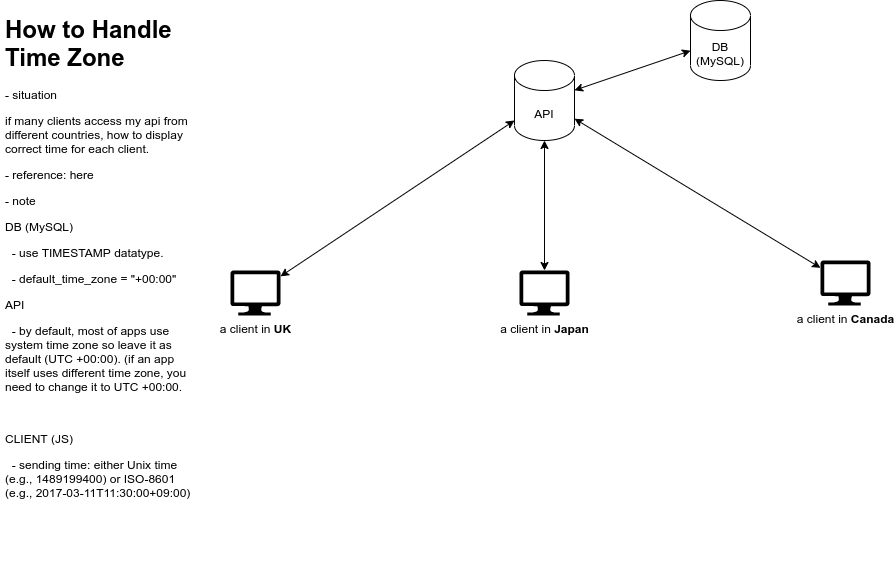
The draw.io diagram time-zone-overview.png in stsiwo/time-zone, before a commit. Source tidied: cells renumbered, new cells last; positions are measured from the earlier drawing's top-left corner, leaving out a move shared by most shapes. Its diagram source:
```xml
<mxGraphModel>
  <root>
    <mxCell id="0" />
    <mxCell id="1" parent="0" />
    <mxCell id="2" style="edgeStyle=none;rounded=0;jettySize=auto;html=1;startArrow=classic;startFill=1;" parent="1" edge="1" source="3" target="4">
      <mxGeometry relative="1" as="geometry" />
    </mxCell>
    <mxCell id="3" value="API" style="shape=cylinder3;whiteSpace=wrap;html=1;boundedLbl=1;backgroundOutline=1;size=15;" parent="1" vertex="1">
      <mxGeometry x="514" y="60" width="60" height="80" as="geometry" />
    </mxCell>
    <mxCell id="4" value="DB&lt;br&gt;(MySQL)" style="shape=cylinder3;whiteSpace=wrap;html=1;boundedLbl=1;backgroundOutline=1;size=15;" parent="1" vertex="1">
      <mxGeometry x="690" width="60" height="80" as="geometry" />
    </mxCell>
    <mxCell id="5" style="edgeStyle=none;rounded=0;jettySize=auto;html=1;startArrow=classic;startFill=1;" parent="1" edge="1" source="6" target="3">
      <mxGeometry relative="1" as="geometry" />
    </mxCell>
    <mxCell id="6" value="a client in &lt;b&gt;Japan&lt;/b&gt;" style="shadow=0;dashed=0;html=1;strokeColor=none;labelPosition=center;verticalLabelPosition=bottom;verticalAlign=top;align=center;shape=mxgraph.azure.computer;fillColor=#000000;" parent="1" vertex="1">
      <mxGeometry x="519" y="270" width="50" height="45" as="geometry" />
    </mxCell>
    <mxCell id="7" style="edgeStyle=none;rounded=0;jettySize=auto;html=1;startArrow=classic;startFill=1;" parent="1" edge="1" source="8" target="3">
      <mxGeometry relative="1" as="geometry" />
    </mxCell>
    <mxCell id="8" value="a client in &lt;b&gt;Canada&lt;/b&gt;" style="shadow=0;dashed=0;html=1;strokeColor=none;labelPosition=center;verticalLabelPosition=bottom;verticalAlign=top;align=center;shape=mxgraph.azure.computer;fillColor=#000000;" parent="1" vertex="1">
      <mxGeometry x="820" y="260" width="50" height="45" as="geometry" />
    </mxCell>
    <mxCell id="9" style="edgeStyle=none;rounded=0;jettySize=auto;html=1;startArrow=classic;startFill=1;" parent="1" edge="1" source="10" target="3">
      <mxGeometry relative="1" as="geometry" />
    </mxCell>
    <mxCell id="10" value="a client in &lt;b&gt;UK&lt;/b&gt;" style="shadow=0;dashed=0;html=1;strokeColor=none;labelPosition=center;verticalLabelPosition=bottom;verticalAlign=top;align=center;shape=mxgraph.azure.computer;fillColor=#000000;" parent="1" vertex="1">
      <mxGeometry x="230" y="270" width="50" height="45" as="geometry" />
    </mxCell>
    <mxCell id="11" value="&lt;h1&gt;How to Handle Time Zone&amp;nbsp;&lt;/h1&gt;&lt;p&gt;- situation&lt;/p&gt;&lt;p&gt;if many clients access my api from different countries, how to display correct time for each client.&lt;/p&gt;&lt;p&gt;- reference: &lt;a href=&quot;https://toastui.medium.com/handling-time-zone-in-javascript-547e67aa842d&quot;&gt;here&lt;/a&gt;&lt;/p&gt;&lt;p&gt;- note&lt;/p&gt;&lt;p&gt;DB (MySQL)&lt;/p&gt;&lt;p&gt;&amp;nbsp; - use TIMESTAMP datatype.&lt;/p&gt;&lt;p&gt;&amp;nbsp; - default_time_zone = &quot;+00:00&quot;&lt;/p&gt;&lt;p&gt;API&amp;nbsp;&lt;/p&gt;&lt;p&gt;&amp;nbsp; - by default, most of apps use system time zone so leave it as default (UTC +00:00). (if an app itself uses different time zone, you need to change it to UTC +00:00.&lt;/p&gt;&lt;p&gt;&lt;br&gt;&lt;/p&gt;&lt;p&gt;CLIENT (JS)&lt;/p&gt;&lt;p&gt;&amp;nbsp; - sending time: either Unix time (e.g.,&amp;nbsp;1489199400) or ISO-8601 (e.g.,&amp;nbsp;2017-03-11T11:30:00+09:00)&lt;/p&gt;&lt;p&gt;&amp;nbsp;&amp;nbsp;&lt;/p&gt;&lt;p&gt;&lt;br&gt;&lt;/p&gt;" style="text;html=1;strokeColor=none;fillColor=none;spacing=5;spacingTop=-20;whiteSpace=wrap;overflow=hidden;rounded=0;" parent="1" vertex="1">
      <mxGeometry y="10" width="200" height="570" as="geometry" />
    </mxCell>
  </root>
</mxGraphModel>
```
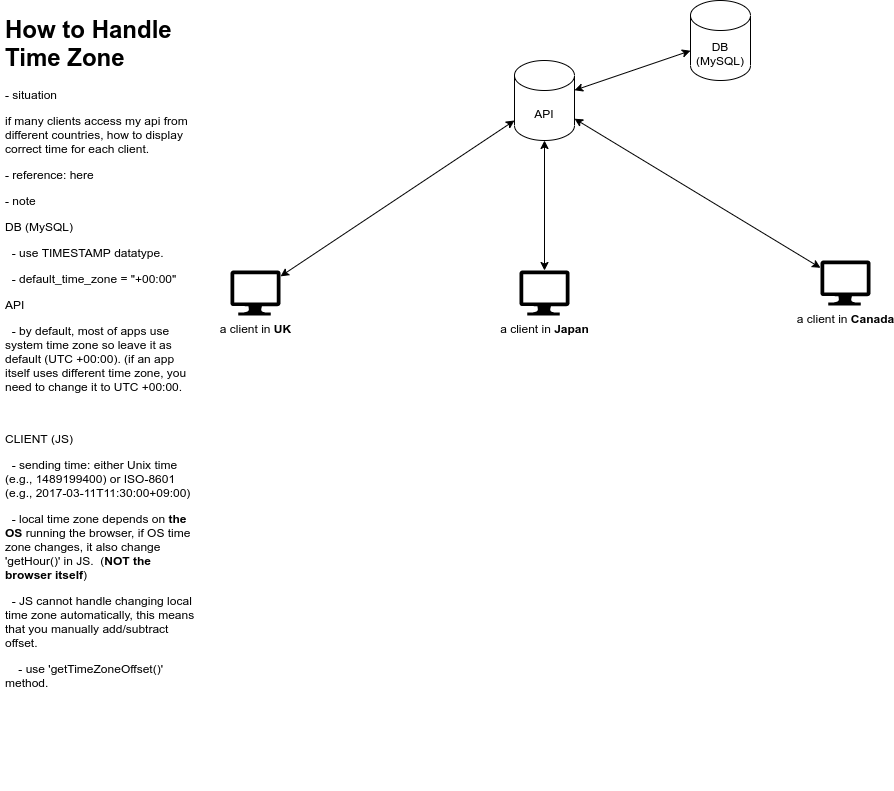
The same diagram one commit later.

Change to the diagram source:
```diff
@@ -29,8 +29,8 @@
     <mxCell id="10" value="a client in &lt;b&gt;UK&lt;/b&gt;" style="shadow=0;dashed=0;html=1;strokeColor=none;labelPosition=center;verticalLabelPosition=bottom;verticalAlign=top;align=center;shape=mxgraph.azure.computer;fillColor=#000000;" parent="1" vertex="1">
       <mxGeometry x="230" y="270" width="50" height="45" as="geometry" />
     </mxCell>
-    <mxCell id="11" value="&lt;h1&gt;How to Handle Time Zone&amp;nbsp;&lt;/h1&gt;&lt;p&gt;- situation&lt;/p&gt;&lt;p&gt;if many clients access my api from different countries, how to display correct time for each client.&lt;/p&gt;&lt;p&gt;- reference: &lt;a href=&quot;https://toastui.medium.com/handling-time-zone-in-javascript-547e67aa842d&quot;&gt;here&lt;/a&gt;&lt;/p&gt;&lt;p&gt;- note&lt;/p&gt;&lt;p&gt;DB (MySQL)&lt;/p&gt;&lt;p&gt;&amp;nbsp; - use TIMESTAMP datatype.&lt;/p&gt;&lt;p&gt;&amp;nbsp; - default_time_zone = &quot;+00:00&quot;&lt;/p&gt;&lt;p&gt;API&amp;nbsp;&lt;/p&gt;&lt;p&gt;&amp;nbsp; - by default, most of apps use system time zone so leave it as default (UTC +00:00). (if an app itself uses different time zone, you need to change it to UTC +00:00.&lt;/p&gt;&lt;p&gt;&lt;br&gt;&lt;/p&gt;&lt;p&gt;CLIENT (JS)&lt;/p&gt;&lt;p&gt;&amp;nbsp; - sending time: either Unix time (e.g.,&amp;nbsp;1489199400) or ISO-8601 (e.g.,&amp;nbsp;2017-03-11T11:30:00+09:00)&lt;/p&gt;&lt;p&gt;&amp;nbsp;&amp;nbsp;&lt;/p&gt;&lt;p&gt;&lt;br&gt;&lt;/p&gt;" style="text;html=1;strokeColor=none;fillColor=none;spacing=5;spacingTop=-20;whiteSpace=wrap;overflow=hidden;rounded=0;" parent="1" vertex="1">
-      <mxGeometry y="10" width="200" height="570" as="geometry" />
+    <mxCell id="11" value="&lt;h1&gt;How to Handle Time Zone&amp;nbsp;&lt;/h1&gt;&lt;p&gt;- situation&lt;/p&gt;&lt;p&gt;if many clients access my api from different countries, how to display correct time for each client.&lt;/p&gt;&lt;p&gt;- reference: &lt;a href=&quot;https://toastui.medium.com/handling-time-zone-in-javascript-547e67aa842d&quot;&gt;here&lt;/a&gt;&lt;/p&gt;&lt;p&gt;- note&lt;/p&gt;&lt;p&gt;DB (MySQL)&lt;/p&gt;&lt;p&gt;&amp;nbsp; - use TIMESTAMP datatype.&lt;/p&gt;&lt;p&gt;&amp;nbsp; - default_time_zone = &quot;+00:00&quot;&lt;/p&gt;&lt;p&gt;API&amp;nbsp;&lt;/p&gt;&lt;p&gt;&amp;nbsp; - by default, most of apps use system time zone so leave it as default (UTC +00:00). (if an app itself uses different time zone, you need to change it to UTC +00:00.&lt;/p&gt;&lt;p&gt;&lt;br&gt;&lt;/p&gt;&lt;p&gt;CLIENT (JS)&lt;/p&gt;&lt;p&gt;&amp;nbsp; - sending time: either Unix time (e.g.,&amp;nbsp;1489199400) or ISO-8601 (e.g.,&amp;nbsp;2017-03-11T11:30:00+09:00)&lt;/p&gt;&lt;p&gt;&amp;nbsp; - local time zone depends on &lt;b&gt;the OS&lt;/b&gt; running the browser, if OS time zone changes, it also change 'getHour()' in JS.&amp;nbsp; (&lt;b&gt;NOT the browser itself&lt;/b&gt;)&lt;/p&gt;&lt;p&gt;&amp;nbsp; - JS cannot handle changing local time zone automatically, this means that you manually add/subtract offset.&lt;/p&gt;&lt;p&gt;&amp;nbsp; &amp;nbsp; - use 'getTimeZoneOffset()' method.&amp;nbsp;&lt;/p&gt;" style="text;html=1;strokeColor=none;fillColor=none;spacing=5;spacingTop=-20;whiteSpace=wrap;overflow=hidden;rounded=0;" parent="1" vertex="1">
+      <mxGeometry y="10" width="200" height="780" as="geometry" />
     </mxCell>
   </root>
 </mxGraphModel>
```
